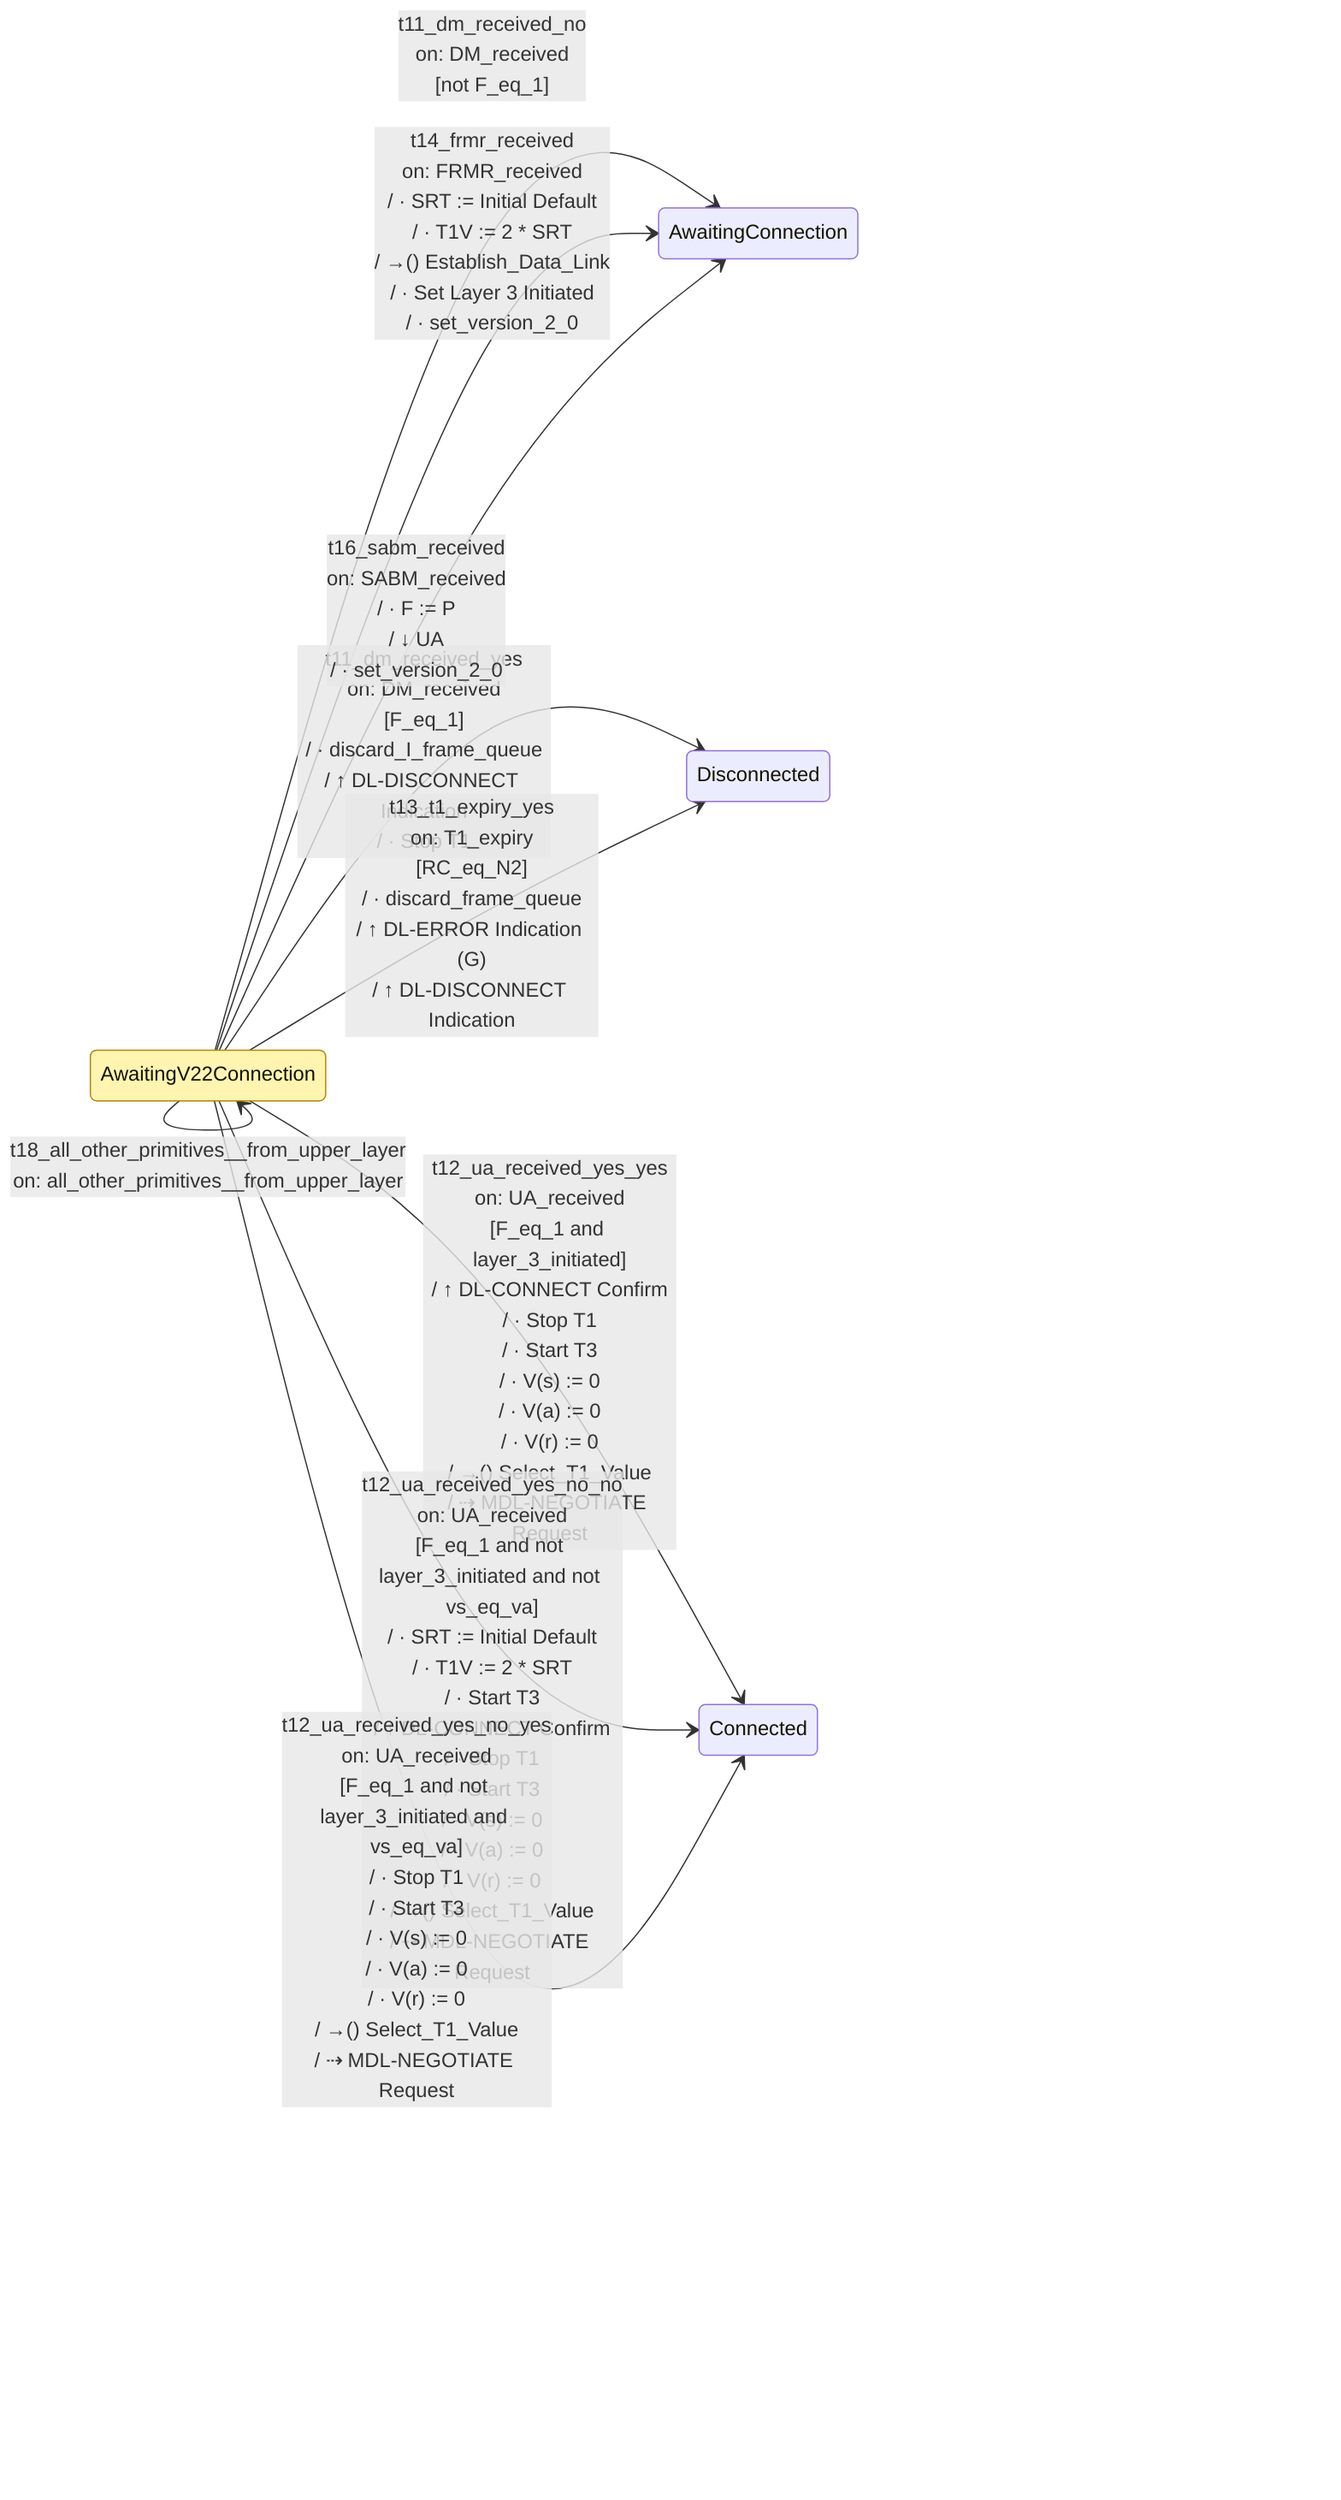
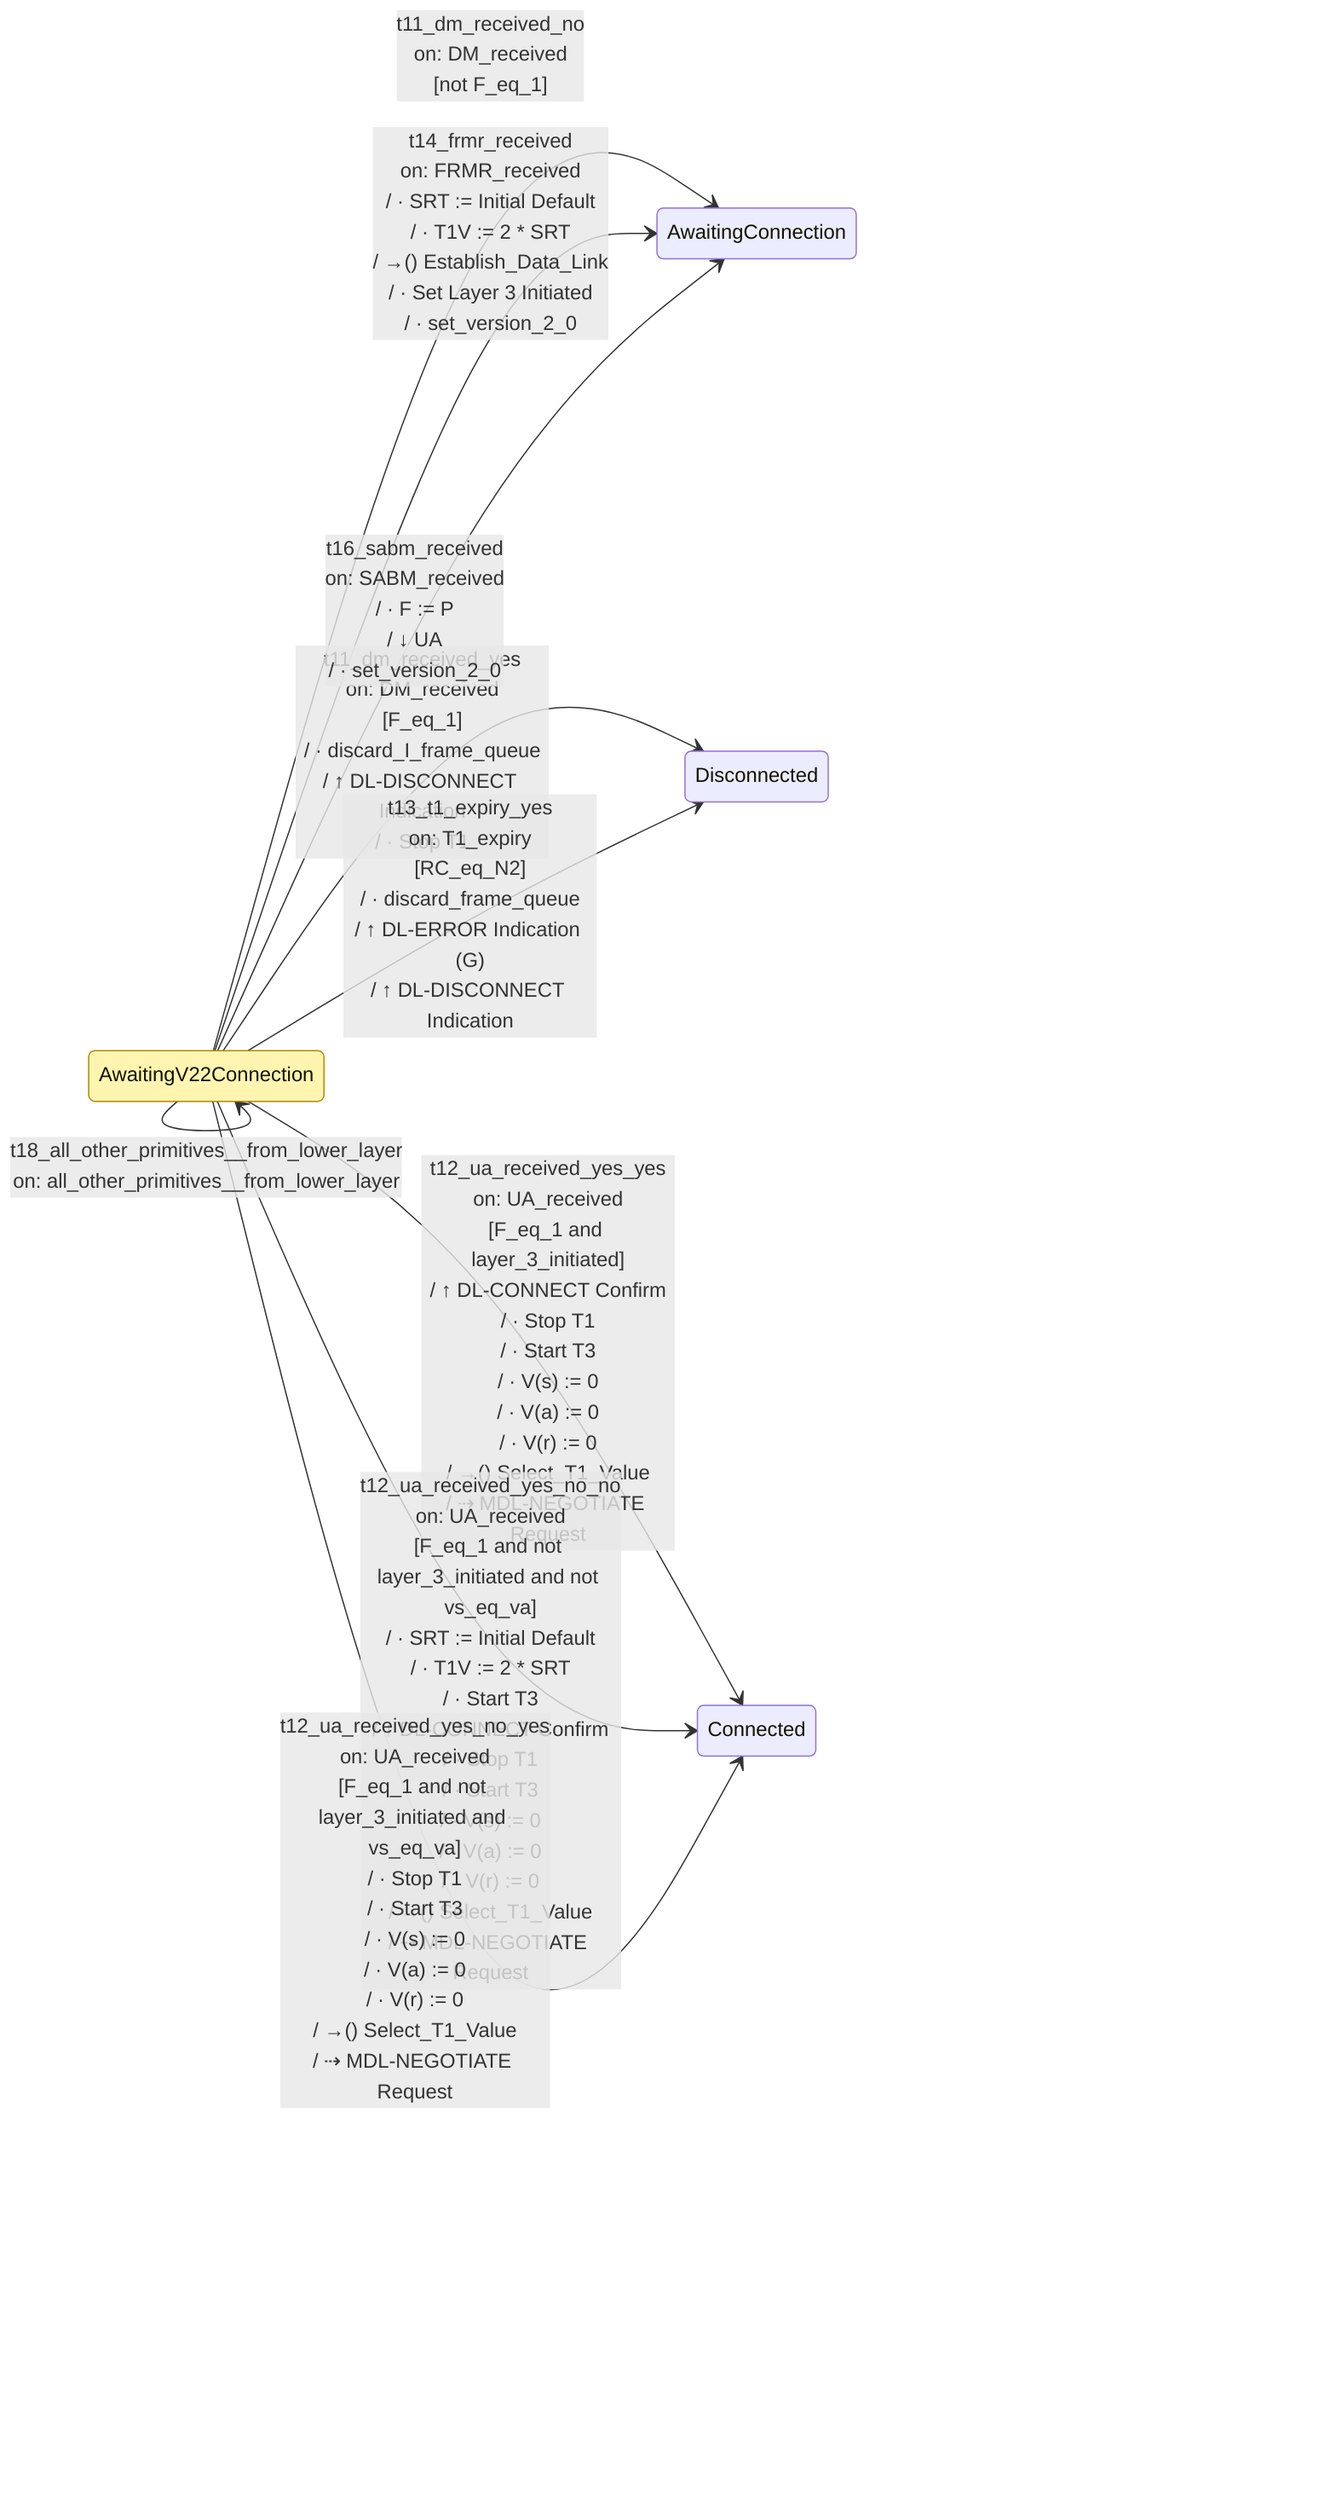
%% This file was produced by codegen/src/Packet.Sdl.CodeGen from spec-sdl/v2.2-errata/data-link/yaml/awaiting_v22_connection.sdl.yaml
%% Do not edit by hand. Run `dotnet run --project codegen/src/Packet.Sdl.CodeGen` to regenerate.
%%
%% Source: ax.25.2.2.4_Oct_25, figure figc4.6
%% Coverage: complete
%%
%% Important: this rendering is approximate and intentionally
%% looks nothing like the original SDL figure. It is a machine-
%% generated view of the transitions in the .sdl.yaml — useful
%% for spotting transcription bugs (missing transitions, wrong
%% destination state) but NOT a substitute for reading the spec
%% figure itself. See docs/sdl-primer.md.

stateDiagram-v2
    direction LR

    classDef focal fill:#fff5b1,stroke:#b08800;
    class AwaitingV22Connection focal
    AwaitingV22Connection --> AwaitingV22Connection: t02_dl_connect_request<br/>on: DL_CONNECT_request<br/>/ · Discard Queue<br/>/ · Set Layer 3 Initiated
    AwaitingV22Connection --> AwaitingV22Connection: t03_dl_unit_data_request<br/>on: DL_UNIT_DATA_request<br/>/ ↓ UI Command
    AwaitingV22Connection --> AwaitingV22Connection: t04_dl_data_request_yes<br/>on: DL_DATA_request<br/>[layer_3_initiated]
    AwaitingV22Connection --> AwaitingV22Connection: t04_dl_data_request_no<br/>on: DL_DATA_request<br/>[not layer_3_initiated]<br/>/ ⇢ push_frame_on_queue
    AwaitingV22Connection --> AwaitingV22Connection: t05_i_frame_pops_off_queue_yes<br/>on: I_frame_pops_off_queue<br/>[layer_3_initiated]
    AwaitingV22Connection --> AwaitingV22Connection: t05_i_frame_pops_off_queue_no<br/>on: I_frame_pops_off_queue<br/>[not layer_3_initiated]<br/>/ ⇢ push_frame_on_queue
-     AwaitingV22Connection --> AwaitingV22Connection: t06_all_other_primitives__from_lower_layer<br/>on: all_other_primitives__from_lower_layer
+     AwaitingV22Connection --> AwaitingV22Connection: t06_all_other_primitives__from_upper_layer<br/>on: all_other_primitives__from_upper_layer
    AwaitingV22Connection --> AwaitingV22Connection: t07_control_field_error<br/>on: control_field_error<br/>/ ↑ DL-ERROR Indication (L)
    AwaitingV22Connection --> AwaitingV22Connection: t08_info_not_permitted_in_frame<br/>on: info_not_permitted_in_frame<br/>/ ↑ DL-ERROR Indication (M)
    AwaitingV22Connection --> AwaitingV22Connection: t09_u_or_s_frame_length_error<br/>on: u_or_s_frame_length_error<br/>/ ↑ DL-ERROR Indication (N)
    AwaitingV22Connection --> AwaitingV22Connection: t10_ui_received_no<br/>on: UI_received<br/>[not P_eq_1]<br/>/ →() UI Check<br/>/ ↓ DM (F = 1)
    AwaitingV22Connection --> AwaitingV22Connection: t10_ui_received_yes<br/>on: UI_received<br/>[P_eq_1]<br/>/ →() UI Check
    AwaitingV22Connection --> AwaitingConnection: t11_dm_received_no<br/>on: DM_received<br/>[not F_eq_1]
    AwaitingV22Connection --> Disconnected: t11_dm_received_yes<br/>on: DM_received<br/>[F_eq_1]<br/>/ · discard_I_frame_queue<br/>/ ↑ DL-DISCONNECT Indication<br/>/ · Stop T1
    AwaitingV22Connection --> AwaitingV22Connection: t12_ua_received_no<br/>on: UA_received<br/>[not F_eq_1]<br/>/ ↑ DL-ERROR Indication (D)
    AwaitingV22Connection --> Connected: t12_ua_received_yes_yes<br/>on: UA_received<br/>[F_eq_1 and layer_3_initiated]<br/>/ ↑ DL-CONNECT Confirm<br/>/ · Stop T1<br/>/ · Start T3<br/>/ · V(s) := 0<br/>/ · V(a) := 0<br/>/ · V(r) := 0<br/>/ →() Select_T1_Value<br/>/ ⇢ MDL-NEGOTIATE Request
    AwaitingV22Connection --> Connected: t12_ua_received_yes_no_no<br/>on: UA_received<br/>[F_eq_1 and not layer_3_initiated and not vs_eq_va]<br/>/ · SRT := Initial Default<br/>/ · T1V := 2 * SRT<br/>/ · Start T3<br/>/ ↑ DL-CONNECT Confirm<br/>/ · Stop T1<br/>/ · Start T3<br/>/ · V(s) := 0<br/>/ · V(a) := 0<br/>/ · V(r) := 0<br/>/ →() Select_T1_Value<br/>/ ⇢ MDL-NEGOTIATE Request
    AwaitingV22Connection --> Connected: t12_ua_received_yes_no_yes<br/>on: UA_received<br/>[F_eq_1 and not layer_3_initiated and vs_eq_va]<br/>/ · Stop T1<br/>/ · Start T3<br/>/ · V(s) := 0<br/>/ · V(a) := 0<br/>/ · V(r) := 0<br/>/ →() Select_T1_Value<br/>/ ⇢ MDL-NEGOTIATE Request
    AwaitingV22Connection --> Disconnected: t13_t1_expiry_yes<br/>on: T1_expiry<br/>[RC_eq_N2]<br/>/ · discard_frame_queue<br/>/ ↑ DL-ERROR Indication (G)<br/>/ ↑ DL-DISCONNECT Indication
    AwaitingV22Connection --> AwaitingV22Connection: t13_t1_expiry_no<br/>on: T1_expiry<br/>[not RC_eq_N2]<br/>/ · RC := RC + 1<br/>/ ↓ SABME (P = 1)<br/>/ →() Select_T1_Value<br/>/ · Start T1
    AwaitingV22Connection --> AwaitingConnection: t14_frmr_received<br/>on: FRMR_received<br/>/ · SRT := Initial Default<br/>/ · T1V := 2 * SRT<br/>/ →() Establish_Data_Link<br/>/ · Set Layer 3 Initiated<br/>/ · set_version_2_0
    AwaitingV22Connection --> AwaitingV22Connection: t15_sabme_received<br/>on: SABME_received<br/>/ · F := P<br/>/ ↓ UA
    AwaitingV22Connection --> AwaitingConnection: t16_sabm_received<br/>on: SABM_received<br/>/ · F := P<br/>/ ↓ UA<br/>/ · set_version_2_0
    AwaitingV22Connection --> AwaitingV22Connection: t17_disc_received<br/>on: DISC_received<br/>/ · F := P<br/>/ ↓ DM
-     AwaitingV22Connection --> AwaitingV22Connection: t18_all_other_primitives__from_upper_layer<br/>on: all_other_primitives__from_upper_layer
+     AwaitingV22Connection --> AwaitingV22Connection: t18_all_other_primitives__from_lower_layer<br/>on: all_other_primitives__from_lower_layer
